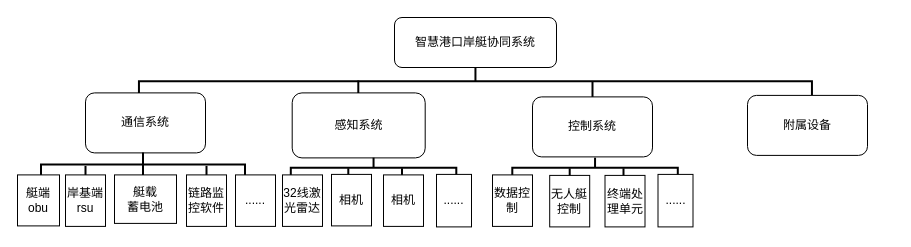
Earlier version of the draw.io diagram patents/shore boat cooperation system/岸艇协同感知系统.drawio (Xaviersfk/pictures-of-paper). Source tidied: cells renumbered, new cells numbered last; positions are measured from the earlier drawing's top-left corner, leaving out a move shared by most shapes. Both pictures are drawn from the tidied source at 100%, with x=0, y=0 at pixel (17, -256).
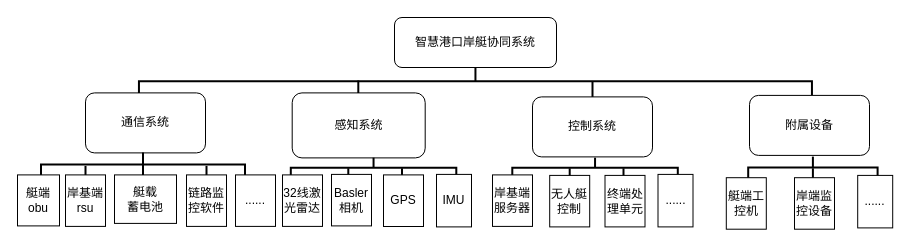
The same page after the edit.

Commit message:
更新岸艇协同感知系统.drawio

Diff of the diagram source:
```diff
@@
     <mxCell id="8" value="附属设备" style="rounded=1;whiteSpace=wrap;html=1;" parent="1" vertex="1">
-      <mxGeometry x="730" y="350.9" width="120" height="60" as="geometry" />
+      <mxGeometry x="732" y="350.9" width="120" height="60" as="geometry" />
     </mxCell>
@@
-    <mxCell id="20" value="......" style="rounded=0;whiteSpace=wrap;html=1;" parent="1" vertex="1">
+    <mxCell id="20" value="IMU" style="rounded=0;whiteSpace=wrap;html=1;" parent="1" vertex="1">
       <mxGeometry x="419" y="429.9" width="35" height="52.5" as="geometry" />
     </mxCell>
@@
-    <mxCell id="24" value="相机" style="rounded=0;whiteSpace=wrap;html=1;" parent="1" vertex="1">
+    <mxCell id="24" value="Basler&lt;br&gt;相机" style="rounded=0;whiteSpace=wrap;html=1;" parent="1" vertex="1">
       <mxGeometry x="314" y="429.9" width="40" height="51.5" as="geometry" />
     </mxCell>
-    <mxCell id="25" value="相机" style="rounded=0;whiteSpace=wrap;html=1;" parent="1" vertex="1">
-      <mxGeometry x="366" y="430.4" width="40" height="51.5" as="geometry" />
+    <mxCell id="25" value="GPS" style="rounded=0;whiteSpace=wrap;html=1;" parent="1" vertex="1">
+      <mxGeometry x="366" y="430.4" width="40" height="51.6" as="geometry" />
     </mxCell>
@@
-    <mxCell id="30" value="数据控制" style="rounded=0;whiteSpace=wrap;html=1;" parent="1" vertex="1">
+    <mxCell id="30" value="岸基端服务器" style="rounded=0;whiteSpace=wrap;html=1;" parent="1" vertex="1">
       <mxGeometry x="475" y="430.4" width="40" height="51.5" as="geometry" />
     </mxCell>
@@
+    <mxCell id="33" style="strokeWidth=2;html=1;shape=mxgraph.flowchart.annotation_2;align=left;labelPosition=right;rotation=90;" parent="1" vertex="1">
+      <mxGeometry x="784.4" y="358.4" width="22" height="129.4" as="geometry" />
+    </mxCell>
+    <mxCell id="34" value="......" style="rounded=0;whiteSpace=wrap;html=1;" parent="1" vertex="1">
+      <mxGeometry x="840.2" y="430.9" width="35" height="52.5" as="geometry" />
+    </mxCell>
+    <mxCell id="35" style="line;strokeWidth=2;direction=south;html=1;" parent="1" vertex="1">
+      <mxGeometry x="790.4" y="423.8" width="10" height="12" as="geometry" />
+    </mxCell>
+    <mxCell id="36" value="艇端工控机" style="rounded=0;whiteSpace=wrap;html=1;" parent="1" vertex="1">
+      <mxGeometry x="708.8" y="433.2" width="40" height="51.5" as="geometry" />
+    </mxCell>
+    <mxCell id="37" value="岸端监控设备" style="rounded=0;whiteSpace=wrap;html=1;" parent="1" vertex="1">
+      <mxGeometry x="777" y="433.2" width="40" height="51.5" as="geometry" />
+    </mxCell>
```
